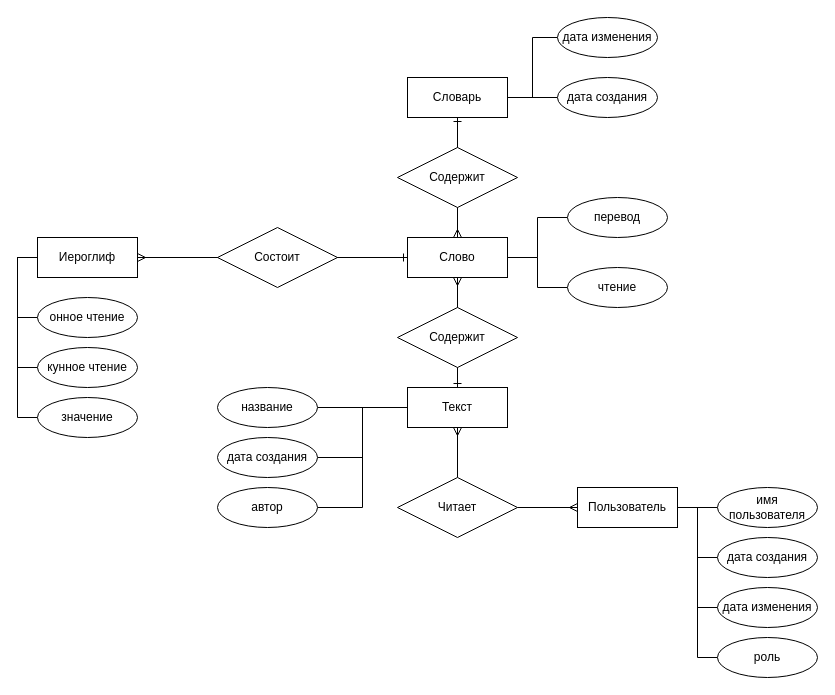
Earlier version of the draw.io diagram page "er" (1 of 5) of diagrams/cw.drawio (Yorlend/db-cp). Source tidied: cells renumbered, new cells numbered last; positions are measured from the earlier drawing's top-left corner, leaving out a move shared by most shapes. Both pictures are drawn from the tidied source at 100%, with x=0, y=0 at pixel (17, 17).
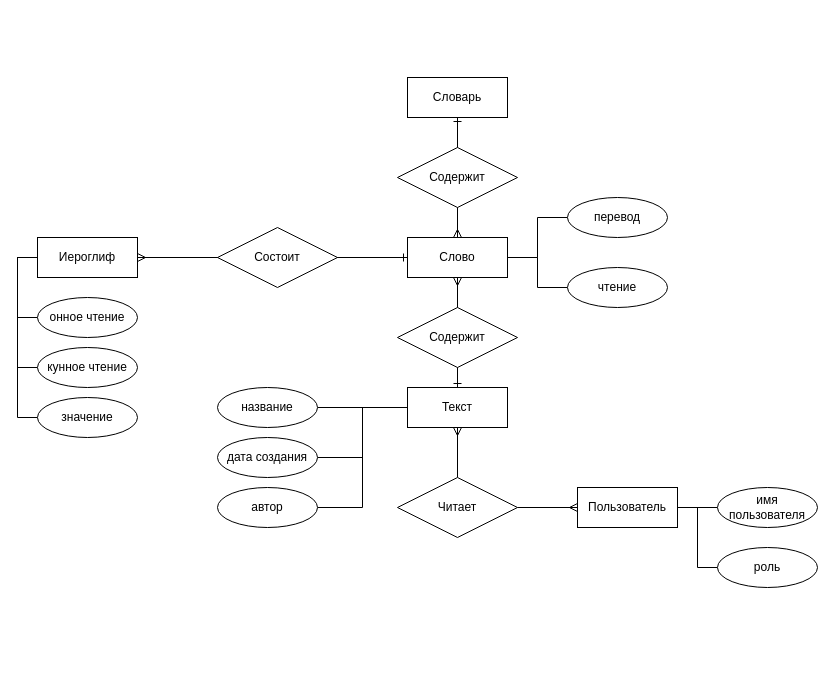
Above is the later version.

The change refers to these unchanged cells:
```xml
<mxCell id="17" value="Словарь" style="whiteSpace=wrap;html=1;align=center;" parent="1" vertex="1">
  <mxGeometry x="390" y="60" width="100" height="40" as="geometry" />
</mxCell>
<mxCell id="30" value="Пользователь" style="whiteSpace=wrap;html=1;align=center;" parent="1" vertex="1">
  <mxGeometry x="560" y="470" width="100" height="40" as="geometry" />
</mxCell>
```

Diff of the diagram source:
```diff
@@
-    <mxCell id="15" style="edgeStyle=orthogonalEdgeStyle;rounded=0;jettySize=auto;html=1;startArrow=none;startFill=0;endArrow=none;endFill=0;" parent="1" edge="1" source="17" target="34">
-      <mxGeometry relative="1" as="geometry" />
-    </mxCell>
-    <mxCell id="16" style="edgeStyle=orthogonalEdgeStyle;rounded=0;jettySize=auto;html=1;entryX=0;entryY=0.5;entryDx=0;entryDy=0;startArrow=none;startFill=0;endArrow=none;endFill=0;" parent="1" edge="1" source="17" target="33">
-      <mxGeometry relative="1" as="geometry" />
-    </mxCell>
@@
-    <mxCell id="27" style="edgeStyle=orthogonalEdgeStyle;rounded=0;jettySize=auto;html=1;entryX=0;entryY=0.5;entryDx=0;entryDy=0;startArrow=none;startFill=0;endArrow=none;endFill=0;" parent="1" edge="1" source="30" target="41">
-      <mxGeometry relative="1" as="geometry" />
-    </mxCell>
-    <mxCell id="28" style="edgeStyle=orthogonalEdgeStyle;rounded=0;jettySize=auto;html=1;entryX=0;entryY=0.5;entryDx=0;entryDy=0;startArrow=none;startFill=0;endArrow=none;endFill=0;" parent="1" edge="1" source="30" target="42">
-      <mxGeometry relative="1" as="geometry" />
-    </mxCell>
@@
-    <mxCell id="33" value="дата изменения" style="ellipse;whiteSpace=wrap;html=1;align=center;" parent="1" vertex="1">
-      <mxGeometry x="540" width="100" height="40" as="geometry" />
-    </mxCell>
-    <mxCell id="34" value="дата создания" style="ellipse;whiteSpace=wrap;html=1;align=center;" parent="1" vertex="1">
-      <mxGeometry x="540" y="60" width="100" height="40" as="geometry" />
-    </mxCell>
@@
-    <mxCell id="41" value="дата создания" style="ellipse;whiteSpace=wrap;html=1;align=center;" parent="1" vertex="1">
-      <mxGeometry x="700" y="520" width="100" height="40" as="geometry" />
-    </mxCell>
-    <mxCell id="42" value="дата изменения" style="ellipse;whiteSpace=wrap;html=1;align=center;" parent="1" vertex="1">
-      <mxGeometry x="700" y="570" width="100" height="40" as="geometry" />
-    </mxCell>
     <mxCell id="43" value="роль" style="ellipse;whiteSpace=wrap;html=1;align=center;" parent="1" vertex="1">
-      <mxGeometry x="700" y="620" width="100" height="40" as="geometry" />
+      <mxGeometry x="700" y="530" width="100" height="40" as="geometry" />
     </mxCell>
```
